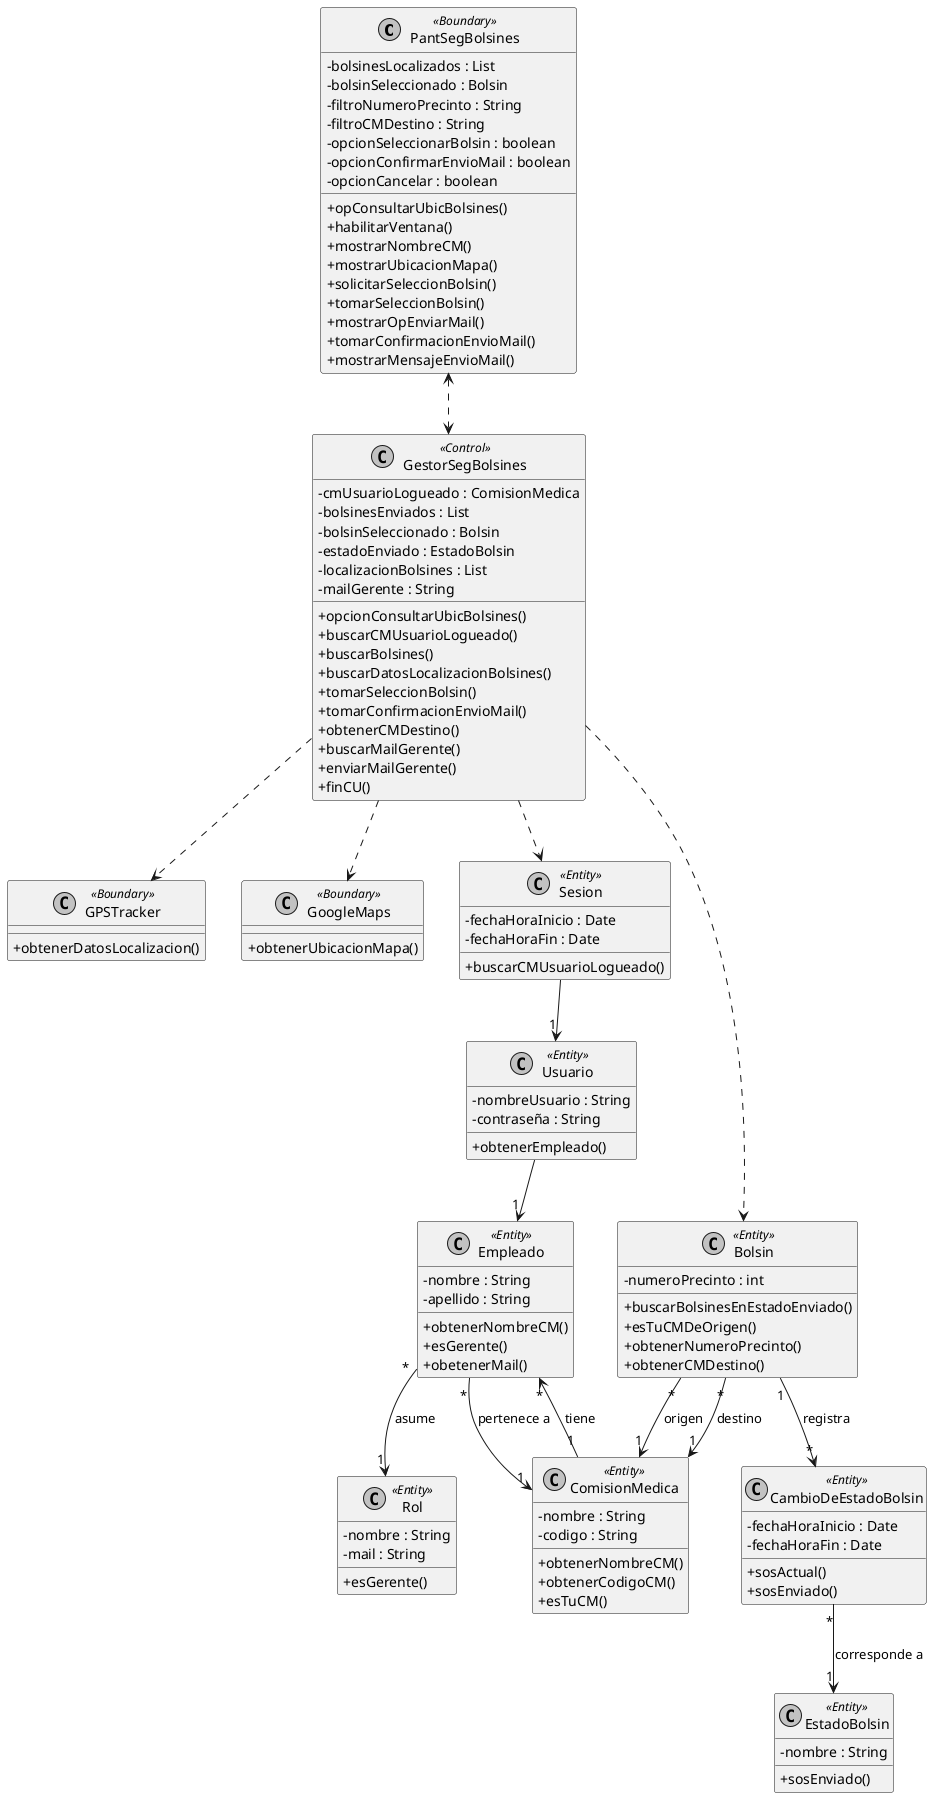
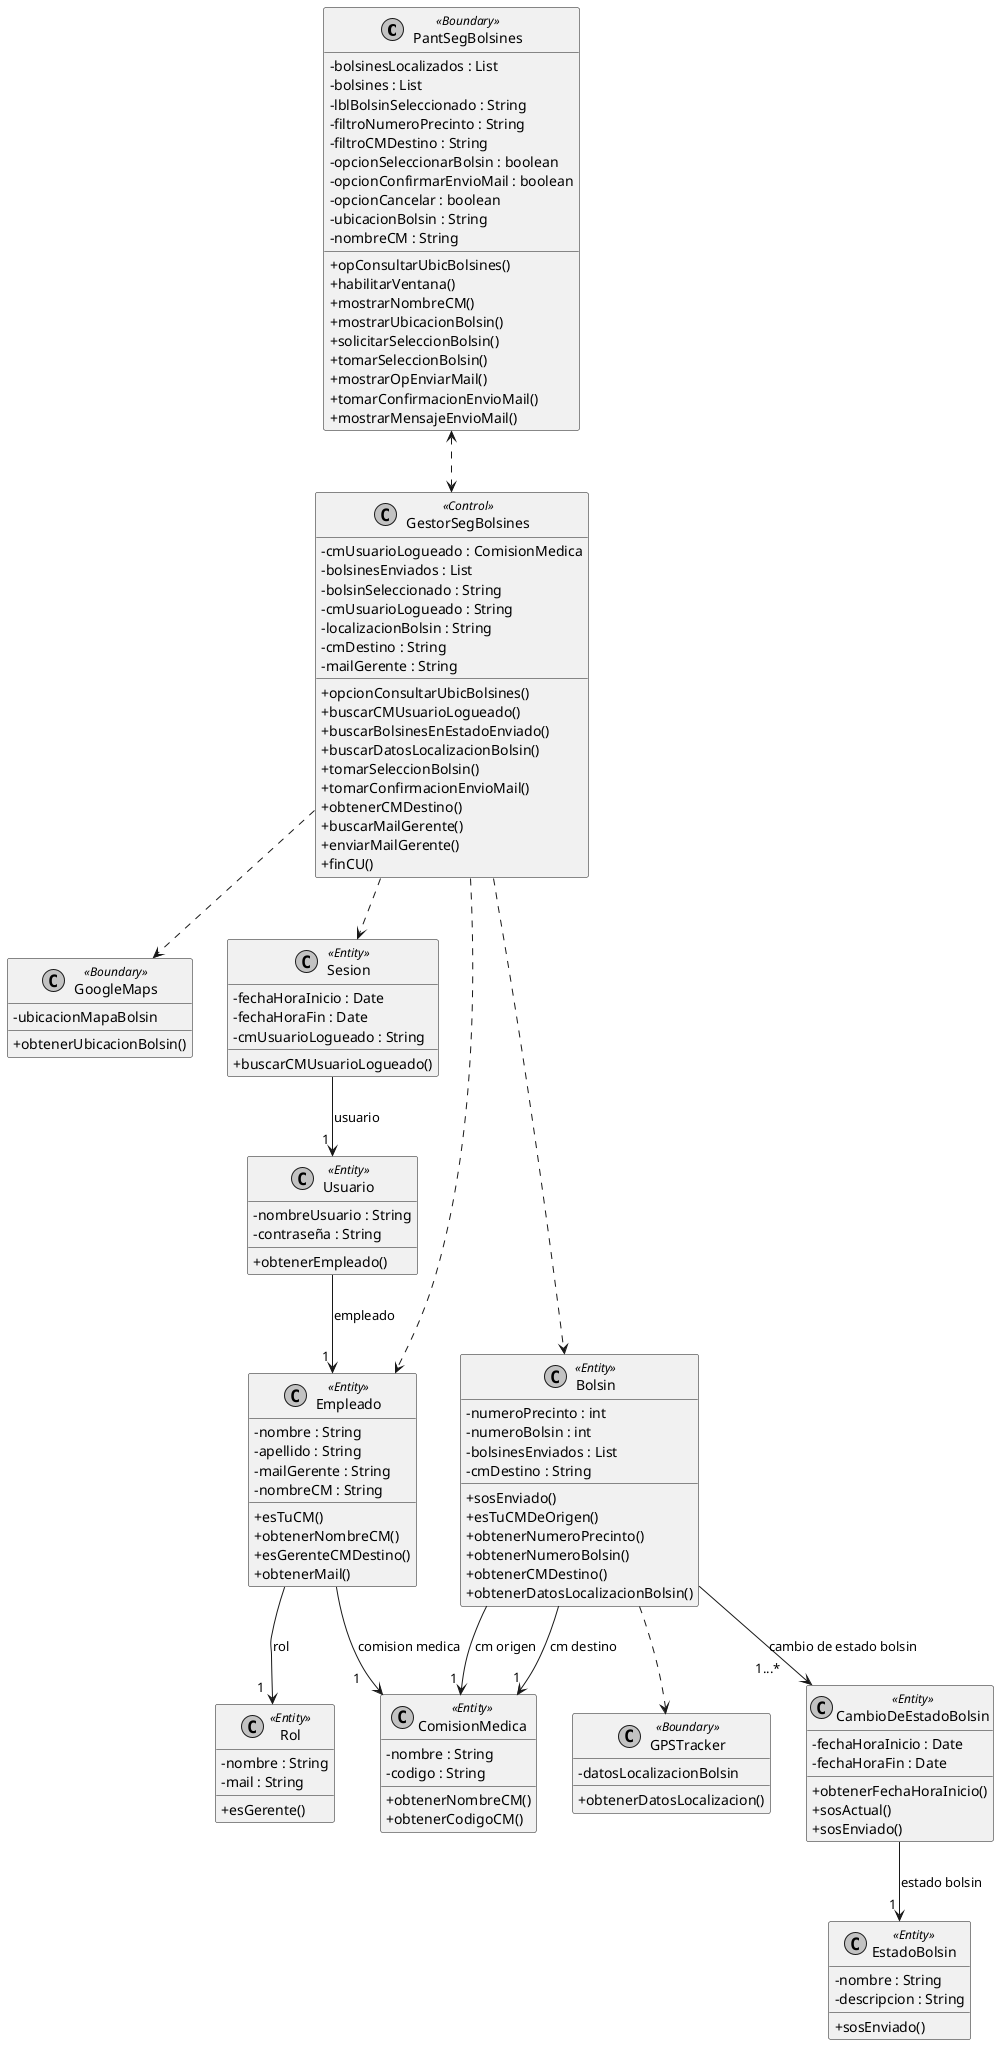
@startuml DiagramaClasesSoporte
skinparam classAttributeIconSize 0
skinparam monochrome true
skinparam shadowing false

' ==========================================
' CLASES BOUNDARY Y CONTROL
' ==========================================
class PantSegBolsines <<Boundary>> {
  - bolsinesLocalizados : List
-   - bolsinSeleccionado : Bolsin
+   - bolsines : List
+   - lblBolsinSeleccionado : String
  - filtroNumeroPrecinto : String
  - filtroCMDestino : String
  - opcionSeleccionarBolsin : boolean
  - opcionConfirmarEnvioMail : boolean
  - opcionCancelar : boolean
+   - ubicacionBolsin : String
+   - nombreCM : String
+ 
  + opConsultarUbicBolsines()
  + habilitarVentana()
  + mostrarNombreCM()
-   + mostrarUbicacionMapa()
+   + mostrarUbicacionBolsin()
  + solicitarSeleccionBolsin()
  + tomarSeleccionBolsin()
  + mostrarOpEnviarMail()
  + tomarConfirmacionEnvioMail()
  + mostrarMensajeEnvioMail()
}

class GestorSegBolsines <<Control>> {
  - cmUsuarioLogueado : ComisionMedica
  - bolsinesEnviados : List
-   - bolsinSeleccionado : Bolsin
-   - estadoEnviado : EstadoBolsin
-   - localizacionBolsines : List
+   - bolsinSeleccionado : String
+   - cmUsuarioLogueado : String
+   - localizacionBolsin : String
+   - cmDestino : String
  - mailGerente : String
+ 
  + opcionConsultarUbicBolsines()
  + buscarCMUsuarioLogueado()
-   + buscarBolsines()
-   + buscarDatosLocalizacionBolsines()
+   + buscarBolsinesEnEstadoEnviado()
+   + buscarDatosLocalizacionBolsin()
  + tomarSeleccionBolsin()
  + tomarConfirmacionEnvioMail()
  + obtenerCMDestino()
  + buscarMailGerente()
  + enviarMailGerente()
  + finCU()
}

class GPSTracker <<Boundary>> {
-   +obtenerDatosLocalizacion()
+   - datosLocalizacionBolsin
+ 
+   + obtenerDatosLocalizacion()
}

class GoogleMaps <<Boundary>> {
-   +obtenerUbicacionMapa()
+   - ubicacionMapaBolsin
+ 
+   + obtenerUbicacionBolsin()
}

' ==========================================
' ENTIDADES DE DOMINIO
' ==========================================
class Sesion <<Entity>> {
  - fechaHoraInicio : Date
  - fechaHoraFin : Date
+   - cmUsuarioLogueado : String
+ 
  + buscarCMUsuarioLogueado()
}

class Usuario <<Entity>> {
  - nombreUsuario : String
  - contraseña : String
+ 
  + obtenerEmpleado()
}

class Empleado <<Entity>> {
  - nombre : String
  - apellido : String
+   - mailGerente : String
+   - nombreCM : String
+ 
+   + esTuCM()
  + obtenerNombreCM()
-   + esGerente()
-   + obetenerMail()
+   + esGerenteCMDestino()
+   + obtenerMail()
}

class Rol <<Entity>> {
  - nombre : String
  - mail : String
+ 
  + esGerente()
}

class ComisionMedica <<Entity>> {
  - nombre : String
  - codigo : String
+ 
  + obtenerNombreCM()
  + obtenerCodigoCM()
-   + esTuCM()
}

class Bolsin <<Entity>> {
  - numeroPrecinto : int
-   + buscarBolsinesEnEstadoEnviado()
+   - numeroBolsin : int
+   - bolsinesEnviados : List
+   - cmDestino : String
+ 
+   + sosEnviado()
  + esTuCMDeOrigen()
  + obtenerNumeroPrecinto()
+   + obtenerNumeroBolsin()
  + obtenerCMDestino()
+   + obtenerDatosLocalizacionBolsin()
}

class CambioDeEstadoBolsin <<Entity>> {
  - fechaHoraInicio : Date
  - fechaHoraFin : Date
+ 
+   + obtenerFechaHoraInicio()
  + sosActual()
  + sosEnviado()
}

class EstadoBolsin <<Entity>> {
  - nombre : String
+   - descripcion : String
+ 
  + sosEnviado()
}

' ==========================================
' RELACIONES
' ==========================================

' Relaciones Pantalla - Gestor (Conocimiento mutuo, flechas punteadas)
PantSegBolsines <..> GestorSegBolsines

' Relaciones Gestor - Entidades (Conoce a las que llama directamente por flechas punteadas)
GestorSegBolsines ..> Sesion
GestorSegBolsines ..> Bolsin
- GestorSegBolsines ..> GPSTracker
+ Bolsin ..> GPSTracker
GestorSegBolsines ..> GoogleMaps
+ GestorSegBolsines ..> Empleado

' Relaciones de Dominio (Como el Modelo de Dominio Clásico - Flechas sólidas)
- Sesion --> "1" Usuario
- Usuario --> "1" Empleado
- Empleado "*" --> "1" ComisionMedica : pertenece a
- Empleado "*" --> "1" Rol : asume
- ComisionMedica "1" --> "*" Empleado : tiene
- Bolsin "*" --> "1" ComisionMedica : origen
- Bolsin "*" --> "1" ComisionMedica : destino
- Bolsin "1" --> "*" CambioDeEstadoBolsin : registra
- CambioDeEstadoBolsin "*" --> "1" EstadoBolsin : corresponde a
+ Sesion --> "1 " Usuario : usuario
+ Usuario --> "1 " Empleado : empleado
+ Empleado  --> "1    " ComisionMedica : comision medica
+ Empleado  --> "1  " Rol : rol
+ Bolsin  --> "1 " ComisionMedica : cm origen
+ Bolsin  --> "1 " ComisionMedica : cm destino
+ Bolsin  --> "1...*      " CambioDeEstadoBolsin : cambio de estado bolsin
+ CambioDeEstadoBolsin --> "1 " EstadoBolsin : estado bolsin

@enduml